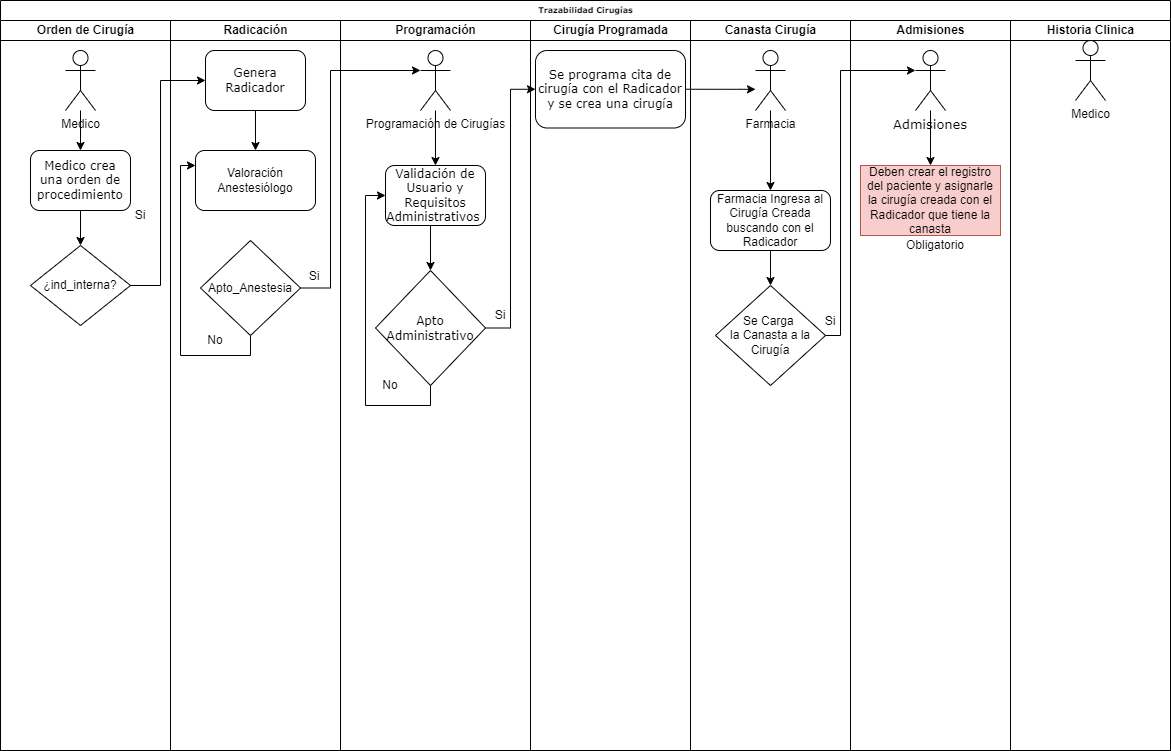
cinhosoft/Diagramas-Publicos keeps this draw.io diagram as Diagrama sin título.drawio.png. Above is the earlier version. Source tidied: cells renumbered, new cells last; positions are measured from the earlier drawing's top-left corner, leaving out a move shared by most shapes.
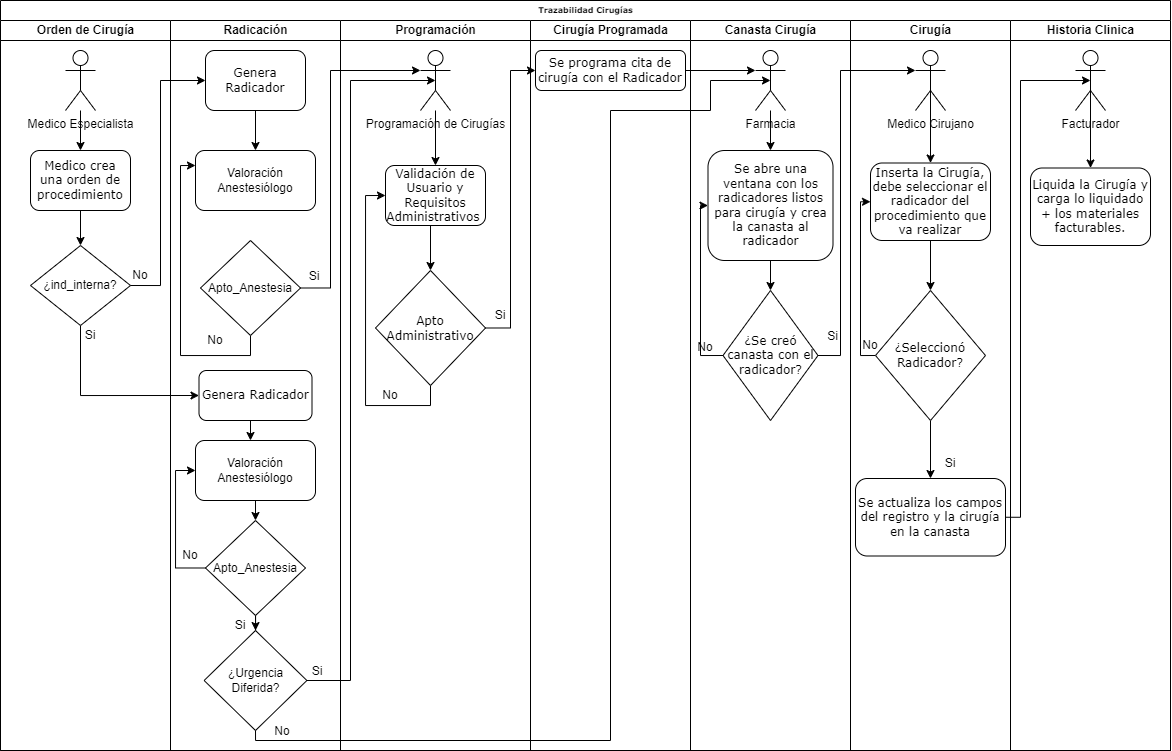
The same file after the commit.

What changed in the source:
```diff
@@ -8,10 +8,10 @@
     <mxCell id="3" value="Orden de Cirugía" style="swimlane;html=1;startSize=20;" parent="2" vertex="1">
       <mxGeometry y="20" width="170" height="730" as="geometry" />
     </mxCell>
-    <mxCell id="4" value="Si" style="text;html=1;align=center;verticalAlign=middle;whiteSpace=wrap;rounded=0;" parent="3" vertex="1">
-      <mxGeometry x="110" y="180" width="60" height="30" as="geometry" />
+    <mxCell id="4" value="No" style="text;html=1;align=center;verticalAlign=middle;whiteSpace=wrap;rounded=0;" parent="3" vertex="1">
+      <mxGeometry x="110" y="240" width="60" height="30" as="geometry" />
     </mxCell>
-    <mxCell id="5" value="Medico" style="shape=umlActor;verticalLabelPosition=bottom;verticalAlign=top;html=1;outlineConnect=0;" parent="3" vertex="1">
+    <mxCell id="5" value="Medico Especialista" style="shape=umlActor;verticalLabelPosition=bottom;verticalAlign=top;html=1;outlineConnect=0;" parent="3" vertex="1">
       <mxGeometry x="65" y="30" width="30" height="60" as="geometry" />
     </mxCell>
     <mxCell id="6" value="&lt;font style=&quot;font-size: 12px;&quot;&gt;Medico crea una orden de procedimiento&lt;/font&gt;" style="rounded=1;whiteSpace=wrap;html=1;shadow=0;labelBackgroundColor=none;strokeWidth=1;fontFamily=Verdana;fontSize=8;align=center;" parent="3" vertex="1">
@@ -20,9 +20,15 @@
     <mxCell id="7" style="edgeStyle=orthogonalEdgeStyle;rounded=0;jettySize=auto;html=1;" parent="3" edge="1" source="5" target="6">
       <mxGeometry relative="1" as="geometry" />
     </mxCell>
+    <mxCell id="48" value="Si" style="text;html=1;align=center;verticalAlign=middle;whiteSpace=wrap;rounded=0;" parent="3" vertex="1">
+      <mxGeometry x="70" y="300" width="40" height="30" as="geometry" />
+    </mxCell>
     <mxCell id="8" value="Radicación" style="swimlane;html=1;startSize=20;" parent="2" vertex="1">
       <mxGeometry x="170" y="20" width="170" height="730" as="geometry" />
     </mxCell>
+    <mxCell id="49" style="edgeStyle=orthogonalEdgeStyle;rounded=0;jettySize=auto;html=1;exitX=0.5;exitY=1;exitDx=0;exitDy=0;entryX=0;entryY=0.5;entryDx=0;entryDy=0;" parent="8" edge="1" source="9" target="51">
+      <mxGeometry relative="1" as="geometry" />
+    </mxCell>
     <mxCell id="9" value="¿ind_interna?" style="rhombus;whiteSpace=wrap;html=1;" parent="8" vertex="1">
       <mxGeometry x="-140" y="225" width="100" height="80" as="geometry" />
     </mxCell>
@@ -61,6 +67,46 @@
     <mxCell id="17" value="No" style="text;html=1;align=center;verticalAlign=middle;whiteSpace=wrap;rounded=0;" parent="8" vertex="1">
       <mxGeometry x="25" y="305" width="40" height="30" as="geometry" />
     </mxCell>
+    <mxCell id="50" style="edgeStyle=orthogonalEdgeStyle;rounded=0;jettySize=auto;html=1;exitX=0.5;exitY=1;exitDx=0;exitDy=0;" parent="8" edge="1" source="51" target="53">
+      <mxGeometry relative="1" as="geometry">
+        <Array as="points">
+          <mxPoint x="80" y="390" />
+        </Array>
+      </mxGeometry>
+    </mxCell>
+    <mxCell id="51" value="&lt;font style=&quot;font-size: 12px;&quot;&gt;Genera Radicador&lt;/font&gt;" style="rounded=1;whiteSpace=wrap;html=1;shadow=0;labelBackgroundColor=none;strokeWidth=1;fontFamily=Verdana;fontSize=8;align=center;" parent="8" vertex="1">
+      <mxGeometry x="28.5" y="350" width="113" height="50" as="geometry" />
+    </mxCell>
+    <mxCell id="52" style="edgeStyle=orthogonalEdgeStyle;rounded=0;jettySize=auto;html=1;exitX=0.5;exitY=1;exitDx=0;exitDy=0;entryX=0.5;entryY=0;entryDx=0;entryDy=0;" parent="8" edge="1" source="53" target="56">
+      <mxGeometry relative="1" as="geometry" />
+    </mxCell>
+    <mxCell id="53" value="Valoración Anestesiólogo" style="rounded=1;whiteSpace=wrap;html=1;" parent="8" vertex="1">
+      <mxGeometry x="25" y="420" width="120" height="60" as="geometry" />
+    </mxCell>
+    <mxCell id="54" style="edgeStyle=orthogonalEdgeStyle;rounded=0;jettySize=auto;html=1;exitX=0;exitY=0.5;exitDx=0;exitDy=0;entryX=0;entryY=0.5;entryDx=0;entryDy=0;" parent="8" edge="1" source="56" target="53">
+      <mxGeometry relative="1" as="geometry" />
+    </mxCell>
+    <mxCell id="55" style="edgeStyle=orthogonalEdgeStyle;rounded=0;jettySize=auto;html=1;exitX=0.5;exitY=1;exitDx=0;exitDy=0;" parent="8" edge="1" source="56" target="58">
+      <mxGeometry relative="1" as="geometry" />
+    </mxCell>
+    <mxCell id="56" value="Apto_Anestesia" style="rhombus;whiteSpace=wrap;html=1;" parent="8" vertex="1">
+      <mxGeometry x="35" y="500" width="100" height="95" as="geometry" />
+    </mxCell>
+    <mxCell id="57" value="No" style="text;html=1;align=center;verticalAlign=middle;whiteSpace=wrap;rounded=0;" parent="8" vertex="1">
+      <mxGeometry y="520" width="40" height="30" as="geometry" />
+    </mxCell>
+    <mxCell id="58" value="¿Urgencia Diferida?" style="rhombus;whiteSpace=wrap;html=1;" parent="8" vertex="1">
+      <mxGeometry x="33.6" y="610" width="102.8" height="100" as="geometry" />
+    </mxCell>
+    <mxCell id="59" value="Si" style="text;html=1;align=center;verticalAlign=middle;whiteSpace=wrap;rounded=0;" parent="8" vertex="1">
+      <mxGeometry x="50" y="590" width="40" height="30" as="geometry" />
+    </mxCell>
+    <mxCell id="60" value="Si" style="text;html=1;align=center;verticalAlign=middle;whiteSpace=wrap;rounded=0;" parent="8" vertex="1">
+      <mxGeometry x="127" y="636" width="40" height="30" as="geometry" />
+    </mxCell>
+    <mxCell id="61" value="No" style="text;html=1;align=center;verticalAlign=middle;whiteSpace=wrap;rounded=0;" parent="8" vertex="1">
+      <mxGeometry x="95.4" y="701" width="33.6" height="20" as="geometry" />
+    </mxCell>
     <mxCell id="18" value="Programación" style="swimlane;html=1;startSize=20;" parent="2" vertex="1">
       <mxGeometry x="340" y="20" width="190" height="730" as="geometry" />
     </mxCell>
@@ -96,85 +142,147 @@
       <mxGeometry x="80" y="30" width="30" height="60" as="geometry" />
     </mxCell>
     <mxCell id="26" value="No" style="text;html=1;align=center;verticalAlign=middle;whiteSpace=wrap;rounded=0;" parent="18" vertex="1">
-      <mxGeometry x="30" y="350" width="40" height="30" as="geometry" />
+      <mxGeometry x="30" y="360" width="40" height="30" as="geometry" />
     </mxCell>
     <mxCell id="27" value="Cirugía Programada" style="swimlane;html=1;startSize=20;" parent="2" vertex="1">
       <mxGeometry x="530" y="20" width="160" height="730" as="geometry" />
     </mxCell>
-    <mxCell id="28" value="&lt;font style=&quot;font-size: 12px;&quot;&gt;Se programa cita de cirugía con el Radicador y se crea una cirugía&lt;/font&gt;" style="rounded=1;whiteSpace=wrap;html=1;shadow=0;labelBackgroundColor=none;strokeWidth=1;fontFamily=Verdana;fontSize=8;align=center;" parent="27" vertex="1">
-      <mxGeometry x="5" y="30" width="150" height="77.5" as="geometry" />
+    <mxCell id="28" value="&lt;font style=&quot;font-size: 12px;&quot;&gt;Se programa cita de cirugía con el Radicador&lt;/font&gt;" style="rounded=1;whiteSpace=wrap;html=1;shadow=0;labelBackgroundColor=none;strokeWidth=1;fontFamily=Verdana;fontSize=8;align=center;" parent="27" vertex="1">
+      <mxGeometry x="5" y="30" width="150" height="40" as="geometry" />
     </mxCell>
+    <mxCell id="36" style="edgeStyle=orthogonalEdgeStyle;rounded=0;jettySize=auto;html=1;exitX=1;exitY=0.5;exitDx=0;exitDy=0;entryX=0;entryY=0.5;entryDx=0;entryDy=0;" parent="2" edge="1" source="22" target="28">
+      <mxGeometry relative="1" as="geometry" />
+    </mxCell>
     <mxCell id="29" value="Canasta Cirugía" style="swimlane;html=1;startSize=20;" parent="2" vertex="1">
       <mxGeometry x="690" y="20" width="160" height="730" as="geometry" />
     </mxCell>
-    <mxCell id="30" style="edgeStyle=orthogonalEdgeStyle;rounded=0;jettySize=auto;html=1;exitX=0.5;exitY=1;exitDx=0;exitDy=0;" parent="29" edge="1" source="31" target="34">
-      <mxGeometry relative="1" as="geometry" />
-    </mxCell>
-    <mxCell id="31" value="Farmacia Ingresa al Cirugía Creada buscando con el Radicador" style="rounded=1;whiteSpace=wrap;html=1;" parent="29" vertex="1">
-      <mxGeometry x="20" y="170" width="120" height="60" as="geometry" />
-    </mxCell>
-    <mxCell id="32" style="edgeStyle=orthogonalEdgeStyle;rounded=0;jettySize=auto;html=1;" parent="29" edge="1" source="33" target="31">
-      <mxGeometry relative="1" as="geometry" />
-    </mxCell>
+    <mxCell id="62" style="edgeStyle=orthogonalEdgeStyle;rounded=0;jettySize=auto;html=1;" parent="29" edge="1" source="33" target="64">
+      <mxGeometry relative="1" as="geometry" />
+    </mxCell>
     <mxCell id="33" value="Farmacia" style="shape=umlActor;verticalLabelPosition=bottom;verticalAlign=top;html=1;outlineConnect=0;" parent="29" vertex="1">
       <mxGeometry x="65" y="30" width="30" height="60" as="geometry" />
     </mxCell>
-    <mxCell id="34" value="Se Carga&amp;nbsp;&lt;div&gt;la Canasta a la Cirugía&lt;/div&gt;" style="rhombus;whiteSpace=wrap;html=1;" parent="29" vertex="1">
-      <mxGeometry x="25" y="265" width="110" height="100" as="geometry" />
-    </mxCell>
-    <mxCell id="35" value="Si" style="text;html=1;align=center;verticalAlign=middle;whiteSpace=wrap;rounded=0;" parent="29" vertex="1">
-      <mxGeometry x="125" y="291" width="30" height="20" as="geometry" />
-    </mxCell>
-    <mxCell id="36" style="edgeStyle=orthogonalEdgeStyle;rounded=0;jettySize=auto;html=1;exitX=1;exitY=0.5;exitDx=0;exitDy=0;entryX=0;entryY=0.5;entryDx=0;entryDy=0;" parent="2" edge="1" source="22" target="28">
-      <mxGeometry relative="1" as="geometry" />
-    </mxCell>
+    <mxCell id="63" style="edgeStyle=orthogonalEdgeStyle;rounded=0;jettySize=auto;html=1;exitX=0.5;exitY=1;exitDx=0;exitDy=0;entryX=0.5;entryY=0;entryDx=0;entryDy=0;" parent="29" edge="1" source="64" target="66">
+      <mxGeometry relative="1" as="geometry" />
+    </mxCell>
+    <mxCell id="64" value="&lt;span style=&quot;font-size: 12px;&quot;&gt;Se abre una ventana con los radicadores listos para cirugía y crea la canasta al radicador&lt;/span&gt;" style="rounded=1;whiteSpace=wrap;html=1;shadow=0;labelBackgroundColor=none;strokeWidth=1;fontFamily=Verdana;fontSize=8;align=center;" parent="29" vertex="1">
+      <mxGeometry x="17.5" y="130" width="125" height="110" as="geometry" />
+    </mxCell>
+    <mxCell id="65" style="edgeStyle=orthogonalEdgeStyle;rounded=0;jettySize=auto;html=1;exitX=0;exitY=0.5;exitDx=0;exitDy=0;entryX=0;entryY=0.5;entryDx=0;entryDy=0;" parent="29" edge="1" source="66" target="64">
+      <mxGeometry relative="1" as="geometry">
+        <Array as="points">
+          <mxPoint x="10" y="335" />
+          <mxPoint x="10" y="185" />
+        </Array>
+      </mxGeometry>
+    </mxCell>
+    <mxCell id="66" value="&lt;span style=&quot;font-size: 12px;&quot;&gt;¿Se creó canasta con el radicador?&lt;/span&gt;" style="rhombus;whiteSpace=wrap;html=1;rounded=0;shadow=0;labelBackgroundColor=none;strokeWidth=1;fontFamily=Verdana;fontSize=8;align=center;" parent="29" vertex="1">
+      <mxGeometry x="32.5" y="270" width="95" height="130" as="geometry" />
+    </mxCell>
+    <mxCell id="67" value="No" style="text;html=1;align=center;verticalAlign=middle;whiteSpace=wrap;rounded=0;" parent="29" vertex="1">
+      <mxGeometry y="317" width="30" height="20" as="geometry" />
+    </mxCell>
-    <mxCell id="37" value="Admisiones" style="swimlane;html=1;startSize=20;" parent="2" vertex="1">
+    <mxCell id="37" value="Cirugía" style="swimlane;html=1;startSize=20;" parent="2" vertex="1">
       <mxGeometry x="850" y="20" width="160" height="730" as="geometry" />
     </mxCell>
-    <mxCell id="38" style="edgeStyle=orthogonalEdgeStyle;rounded=0;jettySize=auto;html=1;" parent="37" edge="1" source="39" target="40">
-      <mxGeometry relative="1" as="geometry" />
-    </mxCell>
-    <mxCell id="39" value="Admisiones" style="shape=umlActor;verticalLabelPosition=bottom;verticalAlign=top;html=1;outlineConnect=0;fontSize=13;fontFamily=Verdana;fillColor=default;align=center;whiteSpace=wrap;" parent="37" vertex="1">
-      <mxGeometry x="65" y="30" width="30" height="60" as="geometry" />
-    </mxCell>
-    <mxCell id="40" value="Deben crear el registro del paciente y asignarle la cirugía creada con el Radicador que tiene la canasta" style="rounded=0;whiteSpace=wrap;html=1;fillColor=#f8cecc;strokeColor=#b85450;" parent="37" vertex="1">
-      <mxGeometry x="10" y="145" width="140" height="70" as="geometry" />
-    </mxCell>
-    <mxCell id="41" value="Obligatorio" style="text;html=1;align=center;verticalAlign=middle;whiteSpace=wrap;rounded=0;" parent="37" vertex="1">
-      <mxGeometry x="70" y="215" width="30" height="20" as="geometry" />
-    </mxCell>
+    <mxCell id="68" style="edgeStyle=orthogonalEdgeStyle;rounded=0;jettySize=auto;html=1;exitX=0.5;exitY=0.5;exitDx=0;exitDy=0;exitPerimeter=0;entryX=0.5;entryY=0;entryDx=0;entryDy=0;" parent="37" edge="1" source="43" target="70">
+      <mxGeometry relative="1" as="geometry" />
+    </mxCell>
+    <mxCell id="43" value="Medico Cirujano" style="shape=umlActor;verticalLabelPosition=bottom;verticalAlign=top;html=1;outlineConnect=0;" parent="37" vertex="1">
+      <mxGeometry x="65" y="30" width="30" height="60" as="geometry" />
+    </mxCell>
+    <mxCell id="69" style="edgeStyle=orthogonalEdgeStyle;rounded=0;jettySize=auto;html=1;exitX=0.5;exitY=1;exitDx=0;exitDy=0;" parent="37" edge="1" source="70" target="73">
+      <mxGeometry relative="1" as="geometry" />
+    </mxCell>
+    <mxCell id="70" value="&lt;span style=&quot;font-size: 12px;&quot;&gt;Inserta la Cirugía, debe seleccionar el radicador del procedimiento que va realizar&lt;/span&gt;" style="rounded=1;whiteSpace=wrap;html=1;shadow=0;labelBackgroundColor=none;strokeWidth=1;fontFamily=Verdana;fontSize=8;align=center;" parent="37" vertex="1">
+      <mxGeometry x="20" y="142.5" width="120" height="77.5" as="geometry" />
+    </mxCell>
+    <mxCell id="71" style="edgeStyle=orthogonalEdgeStyle;rounded=0;jettySize=auto;html=1;exitX=0;exitY=0.5;exitDx=0;exitDy=0;entryX=0;entryY=0.5;entryDx=0;entryDy=0;" parent="37" edge="1" source="73" target="70">
+      <mxGeometry relative="1" as="geometry">
+        <Array as="points">
+          <mxPoint x="10" y="335" />
+          <mxPoint x="10" y="181" />
+        </Array>
+      </mxGeometry>
+    </mxCell>
+    <mxCell id="72" style="edgeStyle=orthogonalEdgeStyle;rounded=0;jettySize=auto;html=1;exitX=0.5;exitY=1;exitDx=0;exitDy=0;entryX=0.5;entryY=0;entryDx=0;entryDy=0;" parent="37" edge="1" source="73" target="74">
+      <mxGeometry relative="1" as="geometry" />
+    </mxCell>
+    <mxCell id="73" value="&lt;span style=&quot;font-size: 12px;&quot;&gt;¿Seleccionó Radicador?&lt;/span&gt;" style="rhombus;whiteSpace=wrap;html=1;rounded=0;shadow=0;labelBackgroundColor=none;strokeWidth=1;fontFamily=Verdana;fontSize=8;align=center;" parent="37" vertex="1">
+      <mxGeometry x="25" y="270" width="110" height="130" as="geometry" />
+    </mxCell>
+    <mxCell id="74" value="&lt;span style=&quot;font-size: 12px;&quot;&gt;Se actualiza los campos del registro y la cirugía en la canasta&lt;/span&gt;" style="rounded=1;whiteSpace=wrap;html=1;shadow=0;labelBackgroundColor=none;strokeWidth=1;fontFamily=Verdana;fontSize=8;align=center;" parent="37" vertex="1">
+      <mxGeometry x="5" y="458" width="150" height="77.5" as="geometry" />
+    </mxCell>
+    <mxCell id="75" value="No" style="text;html=1;align=center;verticalAlign=middle;whiteSpace=wrap;rounded=0;" parent="37" vertex="1">
+      <mxGeometry y="310" width="40" height="30" as="geometry" />
+    </mxCell>
+    <mxCell id="76" value="Si" style="text;html=1;align=center;verticalAlign=middle;whiteSpace=wrap;rounded=0;" parent="37" vertex="1">
+      <mxGeometry x="70" y="428" width="60" height="30" as="geometry" />
+    </mxCell>
     <mxCell id="42" value="Historia Clinica" style="swimlane;html=1;startSize=20;" parent="2" vertex="1">
       <mxGeometry x="1010" y="20" width="160" height="730" as="geometry" />
     </mxCell>
-    <mxCell id="43" value="Medico" style="shape=umlActor;verticalLabelPosition=bottom;verticalAlign=top;html=1;outlineConnect=0;" parent="42" vertex="1">
-      <mxGeometry x="65" y="20" width="30" height="60" as="geometry" />
-    </mxCell>
+    <mxCell id="77" style="edgeStyle=orthogonalEdgeStyle;rounded=0;jettySize=auto;html=1;exitX=0.5;exitY=0.5;exitDx=0;exitDy=0;exitPerimeter=0;" parent="42" edge="1" source="78" target="79">
+      <mxGeometry relative="1" as="geometry" />
+    </mxCell>
+    <mxCell id="78" value="Facturador" style="shape=umlActor;verticalLabelPosition=bottom;verticalAlign=top;html=1;outlineConnect=0;" parent="42" vertex="1">
+      <mxGeometry x="65" y="30" width="30" height="60" as="geometry" />
+    </mxCell>
+    <mxCell id="79" value="&lt;span style=&quot;font-size: 12px;&quot;&gt;Liquida la Cirugía y carga lo liquidado + los materiales facturables.&lt;/span&gt;" style="rounded=1;whiteSpace=wrap;html=1;shadow=0;labelBackgroundColor=none;strokeWidth=1;fontFamily=Verdana;fontSize=8;align=center;" parent="42" vertex="1">
+      <mxGeometry x="20" y="147.5" width="120" height="77.5" as="geometry" />
+    </mxCell>
     <mxCell id="44" style="edgeStyle=orthogonalEdgeStyle;rounded=0;jettySize=auto;html=1;exitX=0.5;exitY=1;exitDx=0;exitDy=0;entryX=0.5;entryY=0;entryDx=0;entryDy=0;" parent="2" edge="1" source="6" target="9">
       <mxGeometry relative="1" as="geometry" />
     </mxCell>
+    <mxCell id="46" style="edgeStyle=orthogonalEdgeStyle;rounded=0;jettySize=auto;html=1;exitX=1;exitY=0.5;exitDx=0;exitDy=0;entryX=0;entryY=0.3333333333333333;entryDx=0;entryDy=0;entryPerimeter=0;" parent="2" edge="1" source="14" target="25">
+      <mxGeometry relative="1" as="geometry">
+        <Array as="points">
+          <mxPoint x="330" y="288" />
+          <mxPoint x="330" y="70" />
+        </Array>
+      </mxGeometry>
+    </mxCell>
+    <mxCell id="80" style="edgeStyle=orthogonalEdgeStyle;rounded=0;jettySize=auto;html=1;exitX=1;exitY=0.5;exitDx=0;exitDy=0;entryX=0.5;entryY=0.5;entryDx=0;entryDy=0;entryPerimeter=0;" parent="2" edge="1" source="58" target="25">
+      <mxGeometry relative="1" as="geometry">
+        <Array as="points">
+          <mxPoint x="350" y="680" />
+          <mxPoint x="350" y="80" />
+        </Array>
+      </mxGeometry>
+    </mxCell>
+    <mxCell id="81" style="edgeStyle=orthogonalEdgeStyle;rounded=0;jettySize=auto;html=1;exitX=0.5;exitY=1;exitDx=0;exitDy=0;entryX=0.5;entryY=0.5;entryDx=0;entryDy=0;entryPerimeter=0;" parent="2" edge="1" source="58" target="33">
+      <mxGeometry relative="1" as="geometry">
+        <Array as="points">
+          <mxPoint x="255" y="740" />
+          <mxPoint x="610" y="740" />
+          <mxPoint x="610" y="110" />
+          <mxPoint x="710" y="110" />
+          <mxPoint x="710" y="80" />
+        </Array>
+      </mxGeometry>
+    </mxCell>
-    <mxCell id="45" style="edgeStyle=orthogonalEdgeStyle;rounded=0;jettySize=auto;html=1;exitX=1;exitY=0.5;exitDx=0;exitDy=0;" parent="2" edge="1" source="28" target="33">
-      <mxGeometry relative="1" as="geometry">
-        <Array as="points">
-          <mxPoint x="740" y="89" />
-          <mxPoint x="740" y="89" />
-        </Array>
-      </mxGeometry>
+    <mxCell id="45" style="edgeStyle=orthogonalEdgeStyle;rounded=0;jettySize=auto;html=1;exitX=1;exitY=0.5;exitDx=0;exitDy=0;entryX=0;entryY=0.3333333333333333;entryDx=0;entryDy=0;entryPerimeter=0;" parent="2" edge="1" source="28" target="33">
+      <mxGeometry relative="1" as="geometry" />
     </mxCell>
-    <mxCell id="46" style="edgeStyle=orthogonalEdgeStyle;rounded=0;jettySize=auto;html=1;exitX=1;exitY=0.5;exitDx=0;exitDy=0;entryX=0;entryY=0.3333333333333333;entryDx=0;entryDy=0;entryPerimeter=0;" parent="2" edge="1" source="14" target="25">
-      <mxGeometry relative="1" as="geometry">
-        <Array as="points">
-          <mxPoint x="330" y="288" />
-          <mxPoint x="330" y="70" />
-        </Array>
-      </mxGeometry>
-    </mxCell>
-    <mxCell id="47" style="edgeStyle=orthogonalEdgeStyle;rounded=0;jettySize=auto;html=1;exitX=1;exitY=0.5;exitDx=0;exitDy=0;entryX=0;entryY=0.3333333333333333;entryDx=0;entryDy=0;entryPerimeter=0;" parent="2" edge="1" source="34" target="39">
-      <mxGeometry relative="1" as="geometry">
-        <Array as="points">
-          <mxPoint x="840" y="335" />
-          <mxPoint x="840" y="70" />
-        </Array>
-      </mxGeometry>
-    </mxCell>
+    <mxCell id="82" style="edgeStyle=orthogonalEdgeStyle;rounded=0;jettySize=auto;html=1;exitX=1;exitY=0.5;exitDx=0;exitDy=0;entryX=0;entryY=0.3333333333333333;entryDx=0;entryDy=0;entryPerimeter=0;" parent="2" edge="1" source="66" target="43">
+      <mxGeometry relative="1" as="geometry">
+        <Array as="points">
+          <mxPoint x="840" y="355" />
+          <mxPoint x="840" y="70" />
+        </Array>
+      </mxGeometry>
+    </mxCell>
+    <mxCell id="83" style="edgeStyle=orthogonalEdgeStyle;rounded=0;jettySize=auto;html=1;exitX=1;exitY=0.5;exitDx=0;exitDy=0;entryX=0.5;entryY=0.5;entryDx=0;entryDy=0;entryPerimeter=0;" parent="2" edge="1" source="74" target="78">
+      <mxGeometry relative="1" as="geometry">
+        <Array as="points">
+          <mxPoint x="1020" y="517" />
+          <mxPoint x="1020" y="80" />
+        </Array>
+      </mxGeometry>
+    </mxCell>
+    <mxCell id="84" value="Si" style="text;html=1;align=center;verticalAlign=middle;whiteSpace=wrap;rounded=0;" parent="1" vertex="1">
+      <mxGeometry x="815" y="330" width="35" height="12" as="geometry" />
+    </mxCell>
   </root>
 </mxGraphModel>
```
